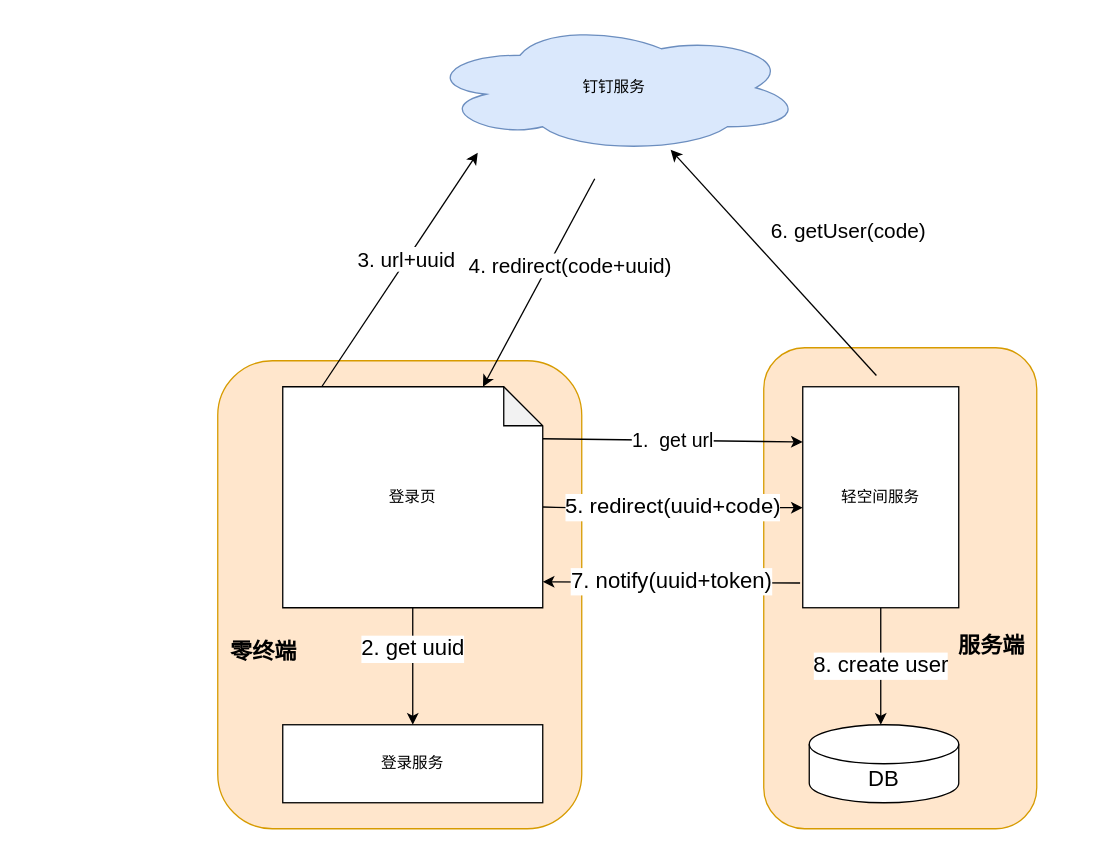
Earlier version of the draw.io diagram client.drawio (chenkangzeng/appstreaming). Source tidied: cells renumbered, new cells numbered last; positions are measured from the earlier drawing's top-left corner, leaving out a move shared by most shapes. Both pictures are drawn from the tidied source at 130%, with x=0, y=0 at pixel (217, 22).
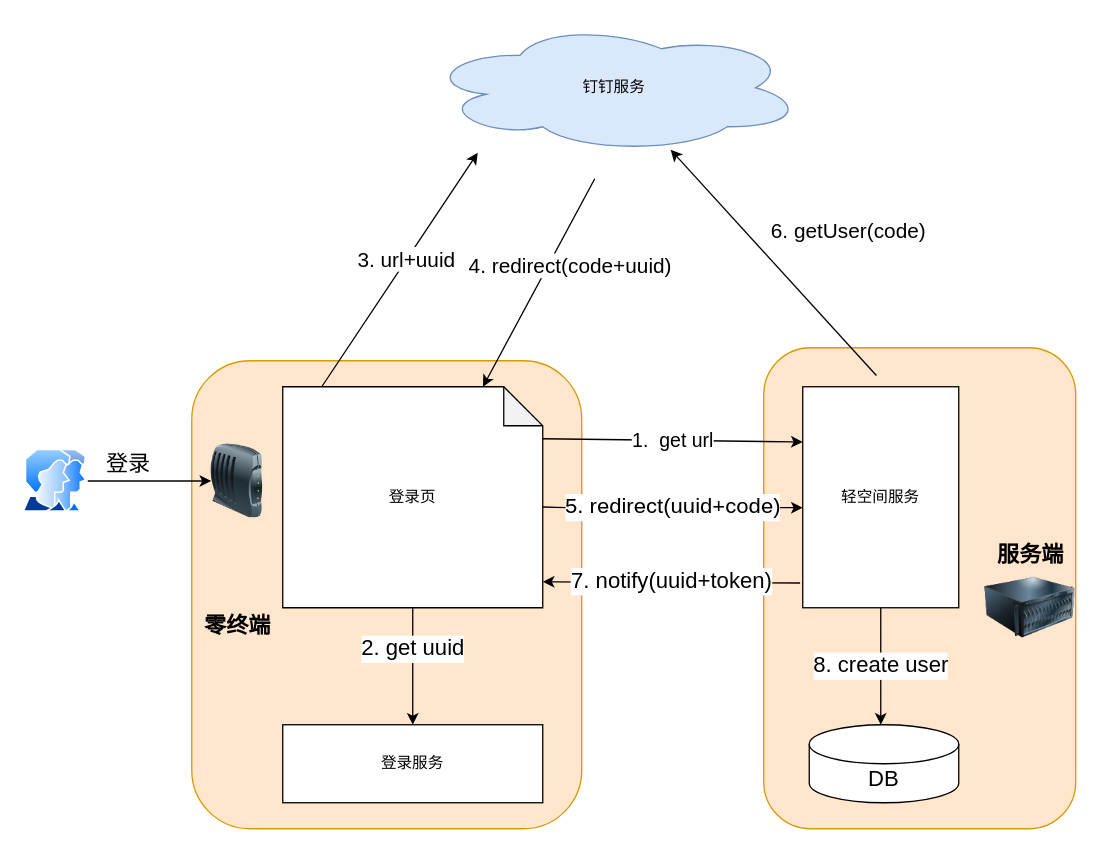
The same diagram, later.

The edit, as a diff of the source:
```diff
@@
     <mxCell id="2" style="rounded=1;whiteSpace=wrap;html=1;fontSize=17;fillColor=#ffe6cc;strokeColor=#d79b00;" parent="1" vertex="1">
-      <mxGeometry x="420" y="250" width="210" height="370" as="geometry" />
+      <mxGeometry x="420" y="250" width="240" height="370" as="geometry" />
     </mxCell>
     <mxCell id="3" style="rounded=1;whiteSpace=wrap;html=1;fontSize=17;fillColor=#ffe6cc;strokeColor=#d79b00;" parent="1" vertex="1">
-      <mxGeometry y="260" width="280" height="360" as="geometry" />
+      <mxGeometry x="-20" y="260" width="300" height="360" as="geometry" />
     </mxCell>
@@
     <mxCell id="19" value="零终端" style="text;html=1;align=center;verticalAlign=middle;fontSize=17;fontStyle=1;" parent="1" vertex="1">
-      <mxGeometry y="470" width="70" height="30" as="geometry" />
+      <mxGeometry x="-20" y="450" width="70" height="30" as="geometry" />
     </mxCell>
     <mxCell id="20" value="服务端" style="text;html=1;align=center;verticalAlign=middle;fontSize=17;fontStyle=1;" parent="1" vertex="1">
-      <mxGeometry x="560" y="465" width="70" height="30" as="geometry" />
+      <mxGeometry x="590" y="395" width="70" height="30" as="geometry" />
     </mxCell>
@@
+    <mxCell id="22" style="image;html=1;image=img/lib/clip_art/computers/Server_128x128.png;fontSize=17;" parent="1" vertex="1">
+      <mxGeometry x="590" y="415" width="70" height="70" as="geometry" />
+    </mxCell>
+    <mxCell id="23" style="image;html=1;image=img/lib/clip_art/networking/Modem_128x128.png;fontSize=17;" parent="1" vertex="1">
+      <mxGeometry x="-5" y="310" width="40" height="85" as="geometry" />
+    </mxCell>
+    <mxCell id="24" style="edgeStyle=orthogonalEdgeStyle;rounded=0;jettySize=auto;html=1;startArrow=none;startFill=0;endArrow=classic;endFill=1;fontSize=17;" parent="1" edge="1" source="25" target="23">
+      <mxGeometry relative="1" as="geometry" />
+    </mxCell>
+    <mxCell id="25" style="perimeter=ellipsePerimeter;html=1;align=center;shadow=0;dashed=0;spacingTop=3;image;image=img/lib/active_directory/user_accounts.svg;fontSize=17;" parent="1" vertex="1">
+      <mxGeometry x="-150" y="328.2" width="50" height="48.5" as="geometry" />
+    </mxCell>
+    <mxCell id="26" value="登录" style="text;html=1;align=center;verticalAlign=middle;fontSize=17;" parent="1" vertex="1">
+      <mxGeometry x="-94" y="325" width="50" height="30" as="geometry" />
+    </mxCell>
```
